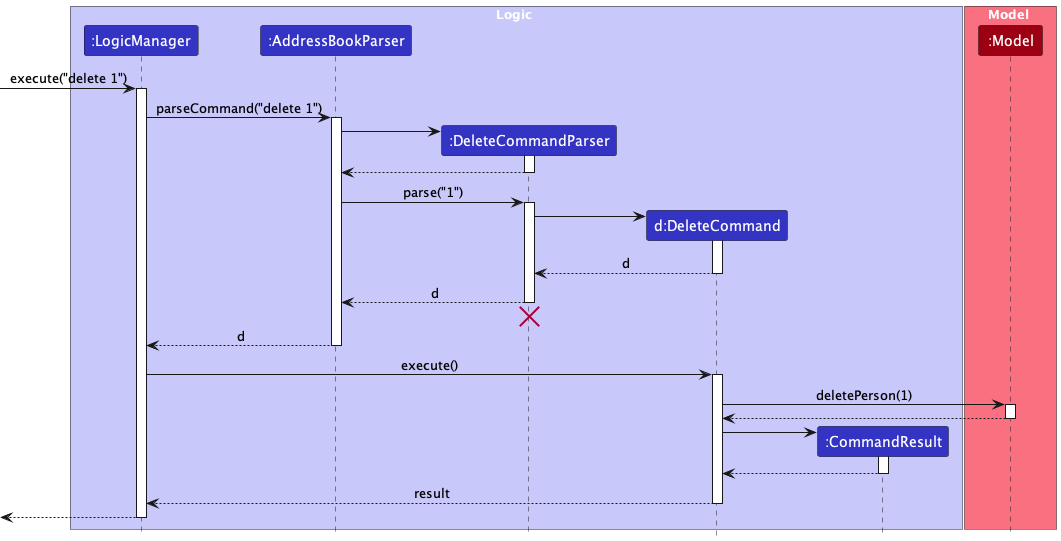
The PlantUML diagram docs/diagrams/DeleteSequenceDiagram.png in victorlaiyeeteng/tp, before a commit.
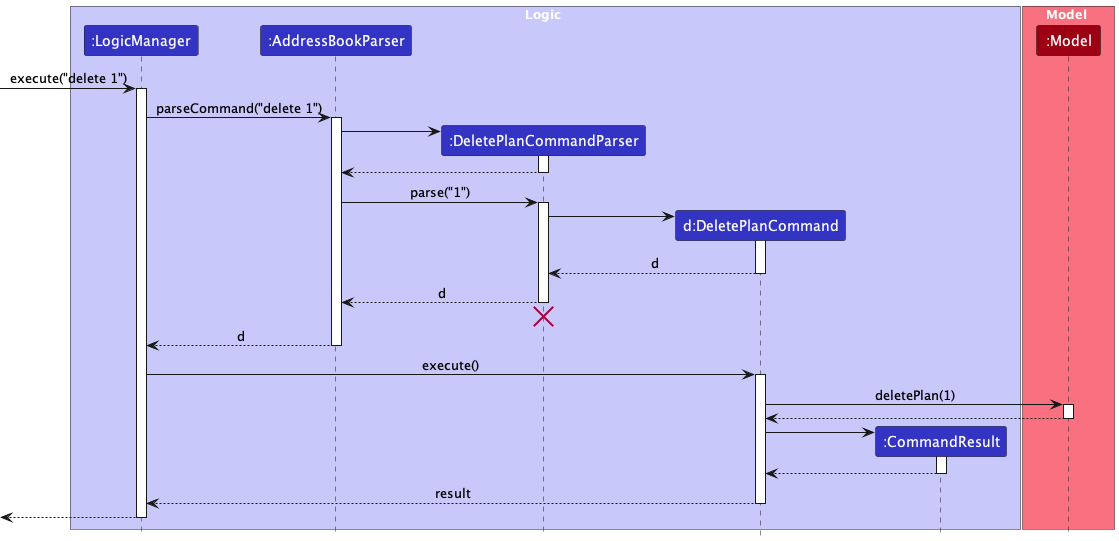
The same diagram one commit later.

Commit message:
Refactor UML Diagrams for ModelClassDiagram and StorageClassDiagram

Change to the diagram source:
```diff
@@ -5,8 +5,8 @@
 box Logic LOGIC_COLOR_T1
 participant ":LogicManager" as LogicManager LOGIC_COLOR
 participant ":AddressBookParser" as AddressBookParser LOGIC_COLOR
-participant ":DeleteCommandParser" as DeleteCommandParser LOGIC_COLOR
-participant "d:DeleteCommand" as DeleteCommand LOGIC_COLOR
+participant ":DeletePlanCommandParser" as DeletePlanCommandParser LOGIC_COLOR
+participant "d:DeletePlanCommand" as DeletePlanCommand LOGIC_COLOR
 participant ":CommandResult" as CommandResult LOGIC_COLOR
 end box
 
@@ -20,49 +20,49 @@
 LogicManager -> AddressBookParser : parseCommand("delete 1")
 activate AddressBookParser
 
-create DeleteCommandParser
-AddressBookParser -> DeleteCommandParser
-activate DeleteCommandParser
+create DeletePlanCommandParser
+AddressBookParser -> DeletePlanCommandParser
+activate DeletePlanCommandParser
 
-DeleteCommandParser --> AddressBookParser
-deactivate DeleteCommandParser
+DeletePlanCommandParser --> AddressBookParser
+deactivate DeletePlanCommandParser
 
-AddressBookParser -> DeleteCommandParser : parse("1")
-activate DeleteCommandParser
+AddressBookParser -> DeletePlanCommandParser : parse("1")
+activate DeletePlanCommandParser
 
-create DeleteCommand
-DeleteCommandParser -> DeleteCommand
-activate DeleteCommand
+create DeletePlanCommand
+DeletePlanCommandParser -> DeletePlanCommand
+activate DeletePlanCommand
 
-DeleteCommand --> DeleteCommandParser : d
-deactivate DeleteCommand
+DeletePlanCommand --> DeletePlanCommandParser : d
+deactivate DeletePlanCommand
 
-DeleteCommandParser --> AddressBookParser : d
-deactivate DeleteCommandParser
-DeleteCommandParser -[hidden]-> AddressBookParser
-destroy DeleteCommandParser
+DeletePlanCommandParser --> AddressBookParser : d
+deactivate DeletePlanCommandParser
+DeletePlanCommandParser -[hidden]-> AddressBookParser
+destroy DeletePlanCommandParser
 
 AddressBookParser --> LogicManager : d
 deactivate AddressBookParser
 
-LogicManager -> DeleteCommand : execute()
-activate DeleteCommand
+LogicManager -> DeletePlanCommand : execute()
+activate DeletePlanCommand
 
-DeleteCommand -> Model : deletePerson(1)
+DeletePlanCommand -> Model : deletePlan(1)
 activate Model
 
-Model --> DeleteCommand
+Model --> DeletePlanCommand
 deactivate Model
 
 create CommandResult
-DeleteCommand -> CommandResult
+DeletePlanCommand -> CommandResult
 activate CommandResult
 
-CommandResult --> DeleteCommand
+CommandResult --> DeletePlanCommand
 deactivate CommandResult
 
-DeleteCommand --> LogicManager : result
-deactivate DeleteCommand
+DeletePlanCommand --> LogicManager : result
+deactivate DeletePlanCommand
 
 [<--LogicManager
 deactivate LogicManager
```
